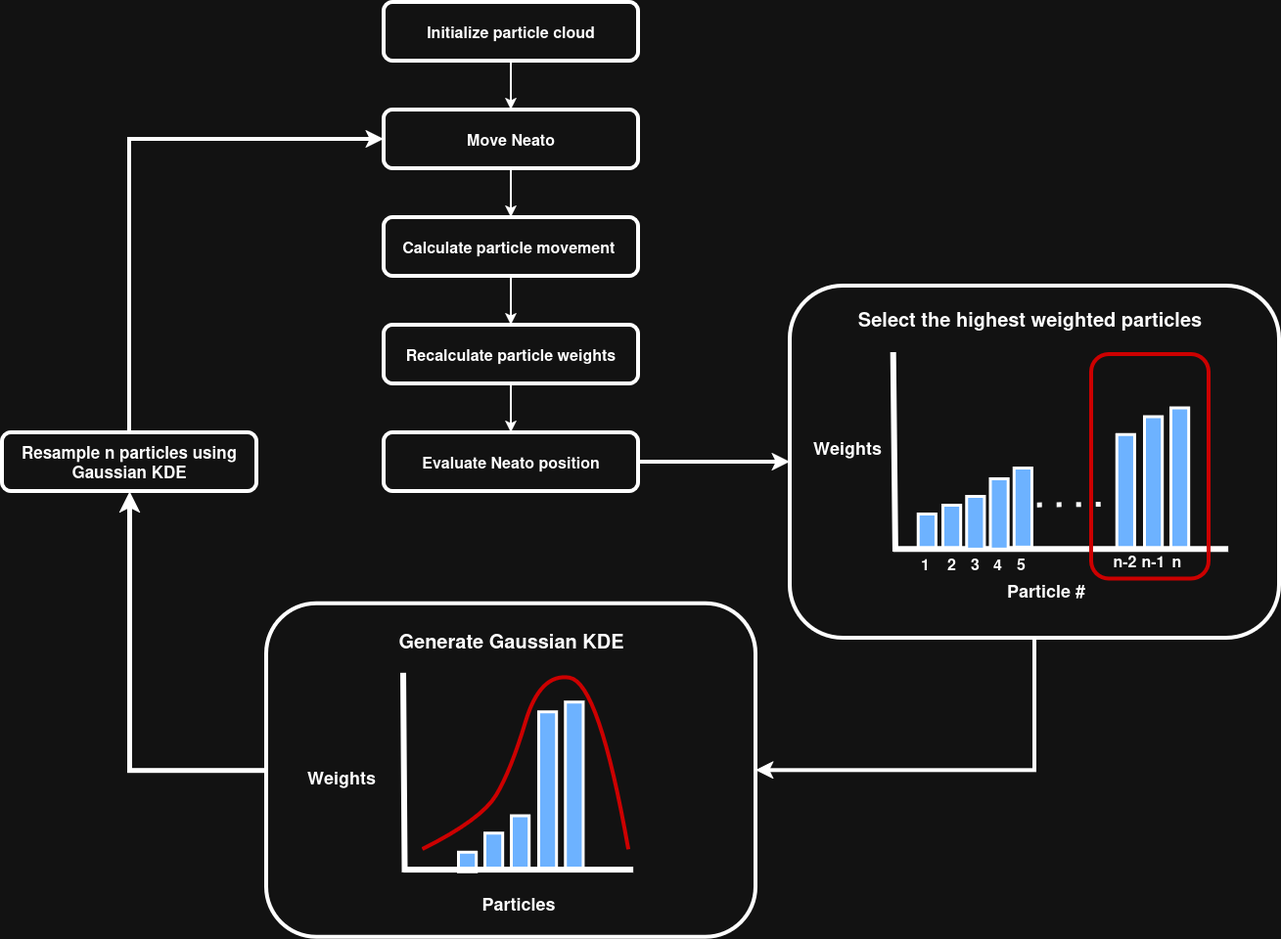
darianjimenez/particle-filter keeps this draw.io diagram as particle_filter_algorithm.drawio.png. Above is the earlier version. Source tidied: cells renumbered, new cells last; positions are measured from the earlier drawing's top-left corner, leaving out a move shared by most shapes.
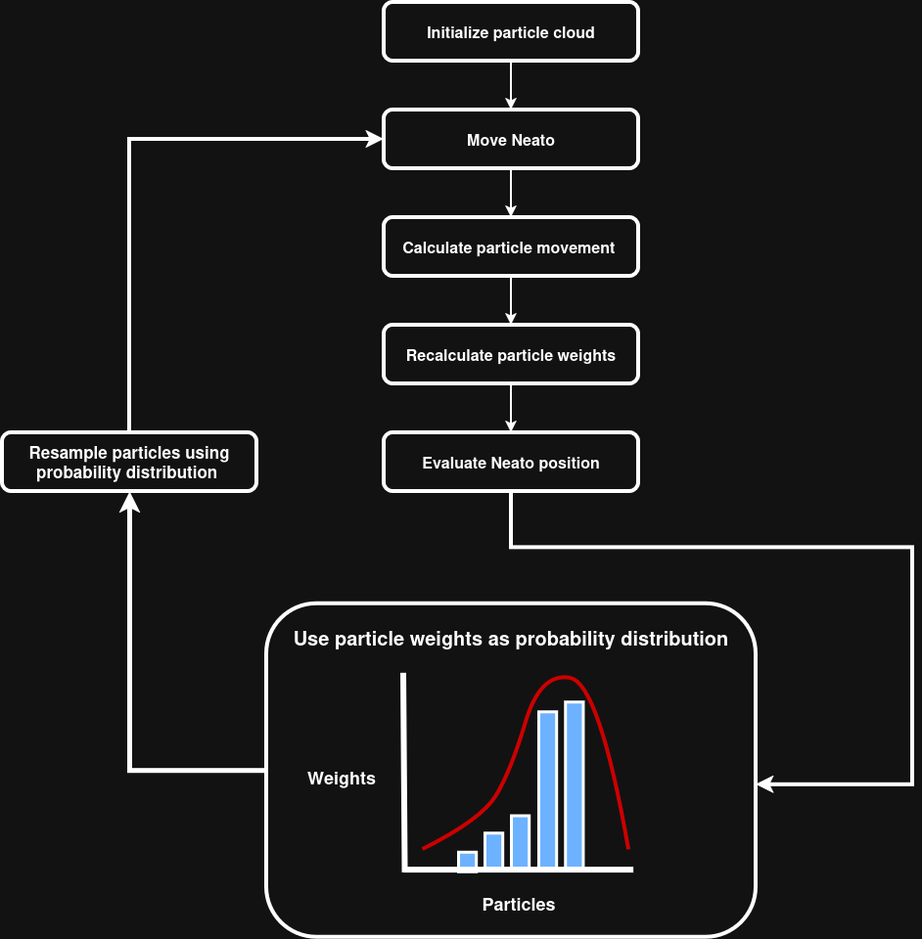
After the change.

Commit message:
updated particle filter based on updated algorithm

Change to the diagram source:
```diff
@@ -32,113 +32,29 @@
     <mxCell id="11" value="&lt;font style=&quot;font-size: 16px;&quot;&gt;&lt;b&gt;Initialize particle cloud&lt;/b&gt;&lt;/font&gt;" style="rounded=1;whiteSpace=wrap;html=1;roundedPerimeter=1;strokeWidth=4;" parent="2" vertex="1">
       <mxGeometry x="105" width="260" height="60" as="geometry" />
     </mxCell>
-    <mxCell id="12" style="group;" parent="1" vertex="1">
-      <mxGeometry x="805" y="290" width="500" height="360" as="geometry" />
-    </mxCell>
-    <mxCell id="13" style="rounded=1;whiteSpace=wrap;html=1;roundedPerimeter=1;strokeWidth=4;" parent="12" vertex="1">
-      <mxGeometry width="500" height="360" as="geometry" />
-    </mxCell>
-    <mxCell id="14" style="group;fontSize=10;" parent="12" vertex="1">
-      <mxGeometry x="23" y="68" width="444" height="255" as="geometry" />
-    </mxCell>
-    <mxCell id="15" style="endArrow=none;html=1;rounded=0;defaultLabelBackgroundColor=page;strokeWidth=6;" parent="14" edge="1">
-      <mxGeometry relative="1" as="geometry">
-        <mxPoint x="84.9" y="204" as="sourcePoint" />
-        <mxPoint x="82.7" as="targetPoint" />
-      </mxGeometry>
-    </mxCell>
-    <mxCell id="16" style="rounded=0;whiteSpace=wrap;html=1;rotation=90;fillColor=#0050ef;fontColor=#ffffff;strokeColor=light-dark(#001DBC,#FFFFFF);strokeWidth=3;" parent="14" vertex="1">
-      <mxGeometry x="303.2" y="119.3" width="143.8" height="18.2" as="geometry" />
-    </mxCell>
-    <mxCell id="17" style="rounded=0;whiteSpace=wrap;html=1;rotation=90;fillColor=#0050ef;fontColor=#ffffff;strokeColor=light-dark(#001DBC,#FFFFFF);strokeWidth=3;" parent="14" vertex="1">
-      <mxGeometry x="280.6" y="123.9" width="134.8" height="18.2" as="geometry" />
-    </mxCell>
-    <mxCell id="18" style="rounded=0;whiteSpace=wrap;html=1;rotation=90;fillColor=#0050ef;fontColor=#ffffff;strokeColor=light-dark(#001DBC,#FFFFFF);strokeWidth=3;" parent="14" vertex="1">
-      <mxGeometry x="261.5" y="133" width="116.8" height="18.2" as="geometry" />
-    </mxCell>
-    <mxCell id="19" style="rounded=0;whiteSpace=wrap;html=1;rotation=90;fillColor=#0050ef;fontColor=#ffffff;strokeColor=light-dark(#001DBC,#FFFFFF);strokeWidth=3;" parent="14" vertex="1">
-      <mxGeometry x="98.9" y="173.9" width="36" height="18.2" as="geometry" />
-    </mxCell>
-    <mxCell id="20" style="rounded=0;whiteSpace=wrap;html=1;rotation=90;fillColor=#0050ef;fontColor=#ffffff;strokeColor=light-dark(#001DBC,#FFFFFF);strokeWidth=3;" parent="14" vertex="1">
-      <mxGeometry x="119.5" y="169.4" width="44.9" height="18.2" as="geometry" />
-    </mxCell>
-    <mxCell id="21" style="endArrow=none;html=1;rounded=0;defaultLabelBackgroundColor=page;strokeWidth=6;" parent="14" edge="1">
-      <mxGeometry relative="1" as="geometry">
-        <mxPoint x="83.6" y="201.3" as="sourcePoint" />
-        <mxPoint x="425.1" y="201.3" as="targetPoint" />
-      </mxGeometry>
-    </mxCell>
-    <mxCell id="22" value="&lt;b&gt;Weights&lt;/b&gt;" style="text;html=1;whiteSpace=wrap;strokeColor=none;fillColor=none;align=center;verticalAlign=middle;rounded=0;fontSize=18;" parent="14" vertex="1">
-      <mxGeometry x="9" y="82.9" width="53.9" height="27.3" as="geometry" />
-    </mxCell>
-    <mxCell id="23" value="&lt;b&gt;Particle #&lt;/b&gt;" style="text;html=1;whiteSpace=wrap;strokeColor=none;fillColor=none;align=center;verticalAlign=middle;rounded=0;fontSize=18;" parent="14" vertex="1">
-      <mxGeometry x="162" y="229.5" width="154.1" height="27.3" as="geometry" />
-    </mxCell>
-    <mxCell id="24" value="&lt;b&gt;1&lt;/b&gt;" style="text;html=1;whiteSpace=wrap;strokeColor=none;fillColor=none;align=center;verticalAlign=middle;rounded=0;fontSize=16;" parent="14" vertex="1">
-      <mxGeometry x="102.5" y="202.2" width="27" height="27.3" as="geometry" />
-    </mxCell>
-    <mxCell id="25" value="&lt;b&gt;2&lt;/b&gt;" style="text;html=1;whiteSpace=wrap;strokeColor=none;fillColor=none;align=center;verticalAlign=middle;rounded=0;fontSize=16;" parent="14" vertex="1">
-      <mxGeometry x="128.5" y="202.2" width="27" height="27.3" as="geometry" />
-    </mxCell>
-    <mxCell id="26" style="rounded=0;whiteSpace=wrap;html=1;rotation=90;fillColor=#0050ef;fontColor=#ffffff;strokeColor=light-dark(#001DBC,#FFFFFF);strokeWidth=3;" parent="14" vertex="1">
-      <mxGeometry x="139.3" y="164.8" width="53.9" height="18.2" as="geometry" />
-    </mxCell>
-    <mxCell id="27" value="&lt;b&gt;3&lt;/b&gt;" style="text;html=1;whiteSpace=wrap;strokeColor=none;fillColor=none;align=center;verticalAlign=middle;rounded=0;fontSize=16;" parent="14" vertex="1">
-      <mxGeometry x="152.8" y="202.2" width="27" height="27.3" as="geometry" />
-    </mxCell>
-    <mxCell id="28" style="rounded=0;whiteSpace=wrap;html=1;rotation=90;fillColor=#0050ef;fontColor=#ffffff;strokeColor=light-dark(#001DBC,#FFFFFF);strokeWidth=3;" parent="14" vertex="1">
-      <mxGeometry x="154.6" y="155.7" width="71.9" height="18.2" as="geometry" />
-    </mxCell>
-    <mxCell id="29" value="&lt;b&gt;4&lt;/b&gt;" style="text;html=1;whiteSpace=wrap;strokeColor=none;fillColor=none;align=center;verticalAlign=middle;rounded=0;fontSize=16;" parent="14" vertex="1">
-      <mxGeometry x="176.2" y="202.2" width="27" height="27.3" as="geometry" />
-    </mxCell>
-    <mxCell id="30" style="rounded=0;whiteSpace=wrap;html=1;rotation=90;fillColor=#0050ef;fontColor=#ffffff;strokeColor=light-dark(#001DBC,#FFFFFF);strokeWidth=3;" parent="14" vertex="1">
-      <mxGeometry x="174.4" y="149.4" width="80.9" height="18.2" as="geometry" />
-    </mxCell>
-    <mxCell id="31" value="&lt;b&gt;5&lt;/b&gt;" style="text;html=1;whiteSpace=wrap;strokeColor=none;fillColor=none;align=center;verticalAlign=middle;rounded=0;fontSize=16;" parent="14" vertex="1">
-      <mxGeometry x="200.4" y="202.2" width="27" height="27.3" as="geometry" />
-    </mxCell>
-    <mxCell id="32" style="endArrow=none;dashed=1;html=1;dashPattern=1 3;strokeWidth=5;rounded=0;defaultLabelBackgroundColor=page;" parent="14" edge="1">
-      <mxGeometry relative="1" as="geometry">
-        <mxPoint x="229.2" y="155.7" as="sourcePoint" />
-        <mxPoint x="305.6" y="154.8" as="targetPoint" />
-      </mxGeometry>
-    </mxCell>
-    <mxCell id="33" value="&lt;b&gt;n-2&lt;/b&gt;" style="text;html=1;whiteSpace=wrap;strokeColor=none;fillColor=none;align=center;verticalAlign=middle;rounded=0;fontSize=16;" parent="14" vertex="1">
-      <mxGeometry x="306.5" y="199.4" width="27" height="27.3" as="geometry" />
-    </mxCell>
-    <mxCell id="34" value="&lt;b&gt;n-1&lt;/b&gt;" style="text;html=1;whiteSpace=wrap;strokeColor=none;fillColor=none;align=center;verticalAlign=middle;rounded=0;fontSize=16;" parent="14" vertex="1">
-      <mxGeometry x="335.4" y="199.4" width="27" height="27.3" as="geometry" />
-    </mxCell>
-    <mxCell id="35" value="&lt;b&gt;n&lt;/b&gt;" style="text;html=1;whiteSpace=wrap;strokeColor=none;fillColor=none;align=center;verticalAlign=middle;rounded=0;fontSize=16;" parent="14" vertex="1">
-      <mxGeometry x="358.6" y="199.4" width="27" height="27.3" as="geometry" />
-    </mxCell>
-    <mxCell id="36" style="rounded=1;whiteSpace=wrap;html=1;roundedPerimeter=1;strokeWidth=4;perimeterSpacing=1;fillColor=light-dark(#FFFFFF,transparent);strokeColor=light-dark(#000000,#CC0000);" parent="12" vertex="1">
-      <mxGeometry x="307.9" y="70" width="120" height="229.5" as="geometry" />
-    </mxCell>
-    <mxCell id="37" value="&lt;b&gt;Select the highest weighted particles&lt;/b&gt;" style="text;html=1;whiteSpace=wrap;strokeColor=none;fillColor=none;align=center;verticalAlign=middle;rounded=0;fontSize=20;" parent="12" vertex="1">
-      <mxGeometry x="62.5" y="20" width="365" height="27.3" as="geometry" />
-    </mxCell>
-    <mxCell id="38" style="edgeStyle=orthogonalEdgeStyle;rounded=0;jettySize=auto;html=1;entryX=1;entryY=0.5;entryDx=0;entryDy=0;defaultLabelBackgroundColor=page;strokeWidth=4;exitX=0.5;exitY=1;exitDx=0;exitDy=0;" parent="1" edge="1" source="13" target="43">
-      <mxGeometry relative="1" as="geometry" />
-    </mxCell>
-    <mxCell id="39" style="edgeStyle=orthogonalEdgeStyle;rounded=0;jettySize=auto;html=1;strokeWidth=4;entryX=0;entryY=0.5;entryDx=0;entryDy=0;" parent="1" edge="1" source="7" target="13">
-      <mxGeometry relative="1" as="geometry" />
+    <mxCell id="39" style="edgeStyle=orthogonalEdgeStyle;rounded=0;jettySize=auto;html=1;strokeWidth=4;entryX=0.994;entryY=0.542;entryDx=0;entryDy=0;" parent="1" edge="1" source="7" target="43">
+      <mxGeometry x="-0.32" relative="1" as="geometry">
+        <Array as="points">
+          <mxPoint x="520" y="557.4" />
+          <mxPoint x="930" y="557.4" />
+          <mxPoint x="930" y="799.8" />
+        </Array>
+      </mxGeometry>
     </mxCell>
     <mxCell id="40" style="group;" parent="1" vertex="1">
-      <mxGeometry x="270" y="614.8" width="500" height="341" as="geometry" />
+      <mxGeometry x="270" y="614.8" width="535" height="341" as="geometry" />
     </mxCell>
     <mxCell id="41" style="group;" parent="40" vertex="1">
-      <mxGeometry width="500" height="341" as="geometry" />
+      <mxGeometry width="535" height="341" as="geometry" />
     </mxCell>
     <mxCell id="42" style="group;" parent="41" vertex="1">
-      <mxGeometry width="500" height="341" as="geometry" />
+      <mxGeometry width="535" height="341" as="geometry" />
     </mxCell>
     <mxCell id="43" style="rounded=1;whiteSpace=wrap;html=1;roundedPerimeter=1;strokeWidth=4;" parent="42" vertex="1">
       <mxGeometry width="500" height="341" as="geometry" />
     </mxCell>
-    <mxCell id="44" value="&lt;b&gt;Generate Gaussian KDE&lt;/b&gt;" style="text;html=1;whiteSpace=wrap;strokeColor=none;fillColor=none;align=center;verticalAlign=middle;rounded=0;fontSize=20;" parent="42" vertex="1">
-      <mxGeometry x="67.5" y="17.9" width="365" height="40.6" as="geometry" />
+    <mxCell id="44" value="&lt;b&gt;Use particle weights as probability distribution&lt;/b&gt;" style="text;html=1;whiteSpace=wrap;strokeColor=none;fillColor=none;align=center;verticalAlign=middle;rounded=0;fontSize=20;" parent="42" vertex="1">
+      <mxGeometry x="16.2" y="15.2" width="467.5" height="40.6" as="geometry" />
     </mxCell>
     <mxCell id="45" style="group;" parent="40" vertex="1">
       <mxGeometry x="50" y="71" width="349.2" height="248.4" as="geometry" />
@@ -197,7 +113,7 @@
     <mxCell id="58" style="edgeStyle=orthogonalEdgeStyle;rounded=0;jettySize=auto;html=1;entryX=0;entryY=0.5;entryDx=0;entryDy=0;defaultLabelBackgroundColor=page;exitX=0.5;exitY=0;exitDx=0;exitDy=0;strokeWidth=4;" parent="1" edge="1" source="59" target="9">
       <mxGeometry relative="1" as="geometry" />
     </mxCell>
-    <mxCell id="59" value="&lt;b&gt;Resample n particles using Gaussian KDE&lt;/b&gt;" style="rounded=1;whiteSpace=wrap;html=1;roundedPerimeter=1;strokeWidth=4;fontSize=17;" parent="1" vertex="1">
+    <mxCell id="59" value="&lt;b&gt;Resample particles using probability distribution&amp;nbsp;&lt;/b&gt;" style="rounded=1;whiteSpace=wrap;html=1;roundedPerimeter=1;strokeWidth=4;fontSize=17;" parent="1" vertex="1">
       <mxGeometry y="440" width="260" height="60" as="geometry" />
     </mxCell>
     <mxCell id="60" style="edgeStyle=orthogonalEdgeStyle;rounded=0;jettySize=auto;html=1;entryX=0.5;entryY=1;entryDx=0;entryDy=0;defaultLabelBackgroundColor=page;strokeWidth=5;" parent="1" edge="1" source="43" target="59">
```
